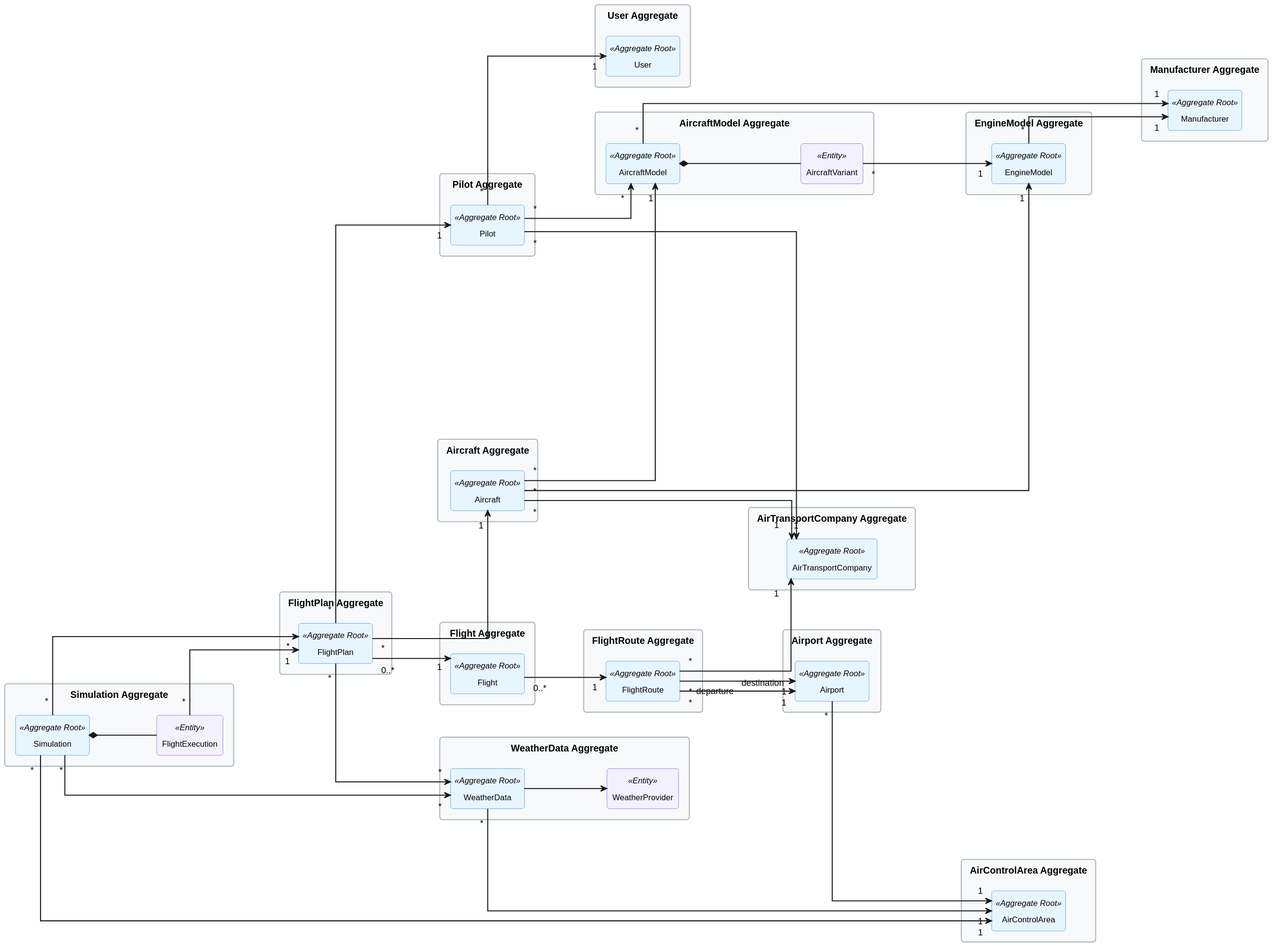
This is docs/global-artifacts/02.analysis/svg/DM-reduced.svg from GustavoFerreira24/flight-management-platform, a PlantUML export, as it was before one commit.
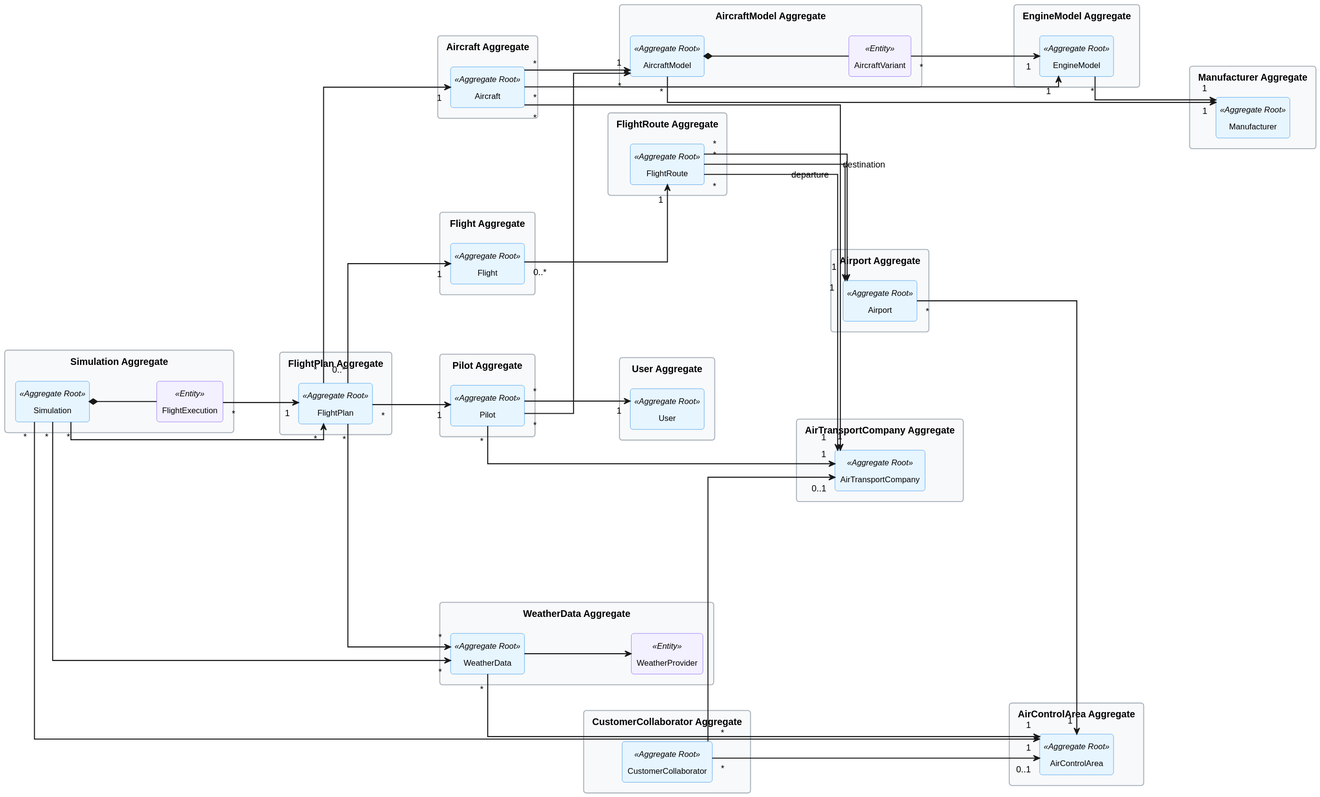
After the change.

The edit, as a diff of the source:
```diff
@@ -59,6 +59,10 @@
 
 package "AirTransportCompany Aggregate" {
     class AirTransportCompany <<Aggregate Root>>
+}
+
+package "CustomerCollaborator Aggregate" {
+    class CustomerCollaborator <<Aggregate Root>>
 }
 
 package "User Aggregate" {
@@ -125,6 +129,9 @@
 Aircraft "*" --> "1" AirTransportCompany
 Aircraft "*" --> "1" AircraftModel
 
+CustomerCollaborator "*" --> "0..1" AirTransportCompany
+CustomerCollaborator "*" --> "0..1" AirControlArea
+
 Pilot "*" --> "1" User
 Pilot "*" --> "1" AirTransportCompany
 Pilot "*" --> "*" AircraftModel
```
